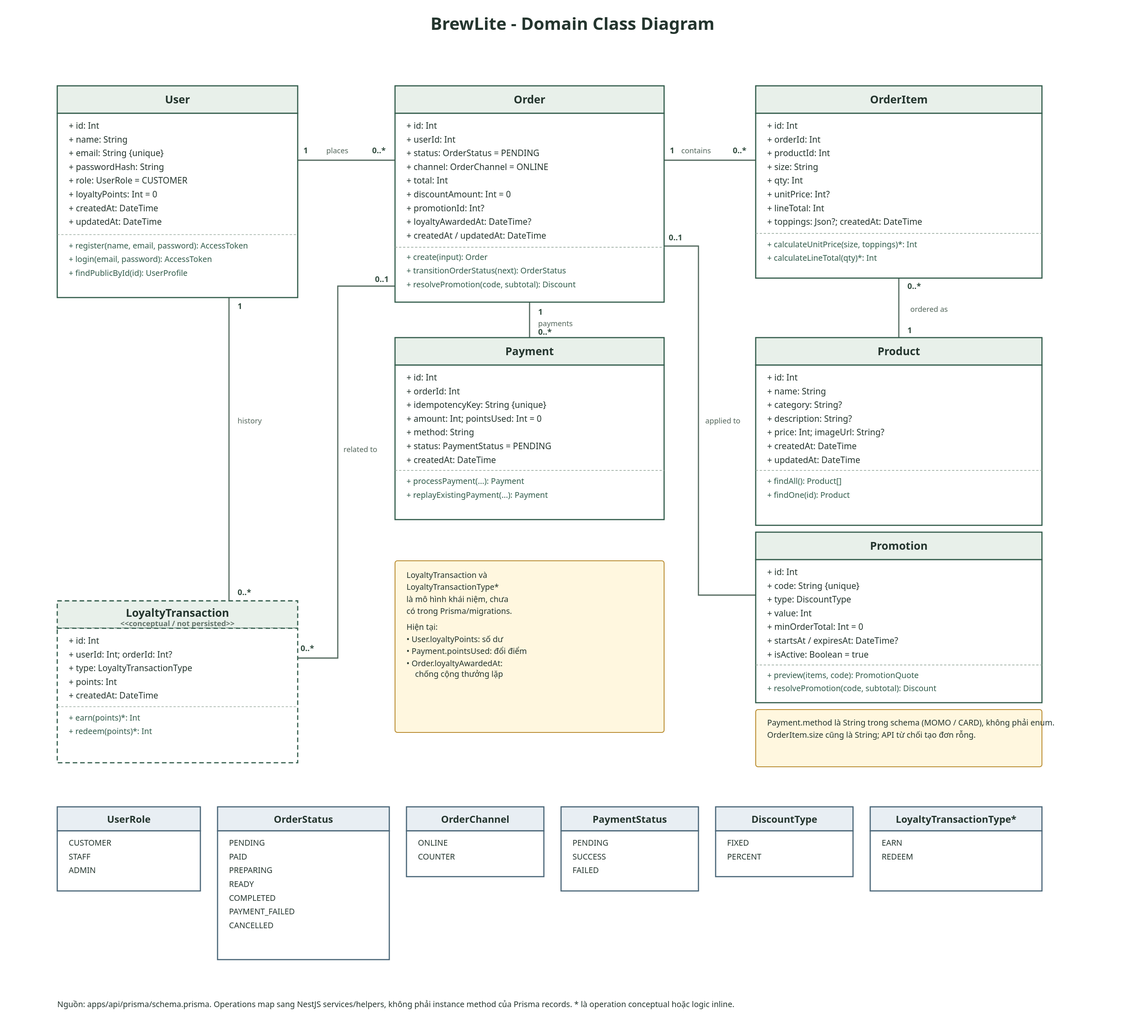
This is docs/diagrams/class-domain.svg from ncd426/BrewLite-2, a PlantUML export, as it was before one commit. Its source is kept beside it as docs/diagrams/class-domain.puml. Its diagram source:
```plantuml
@startuml BrewLite Domain Class Diagram
left to right direction
skinparam shadowing false
skinparam classAttributeIconSize 0
skinparam packageStyle rectangle
skinparam class {
  BackgroundColor #F4F7F5
  BorderColor #315B4A
  ArrowColor #52685D
}
skinparam note {
  BackgroundColor #FFF7DF
  BorderColor #B7892C
}
title BrewLite - Domain Class Diagram

class User {
  +id: Int
  +name: String
  +email: String <<unique>>
  +passwordHash: String
  +role: UserRole = CUSTOMER
  +loyaltyPoints: Int = 0
  +createdAt: DateTime
  +updatedAt: DateTime
  --
  + register(name, email, password): AccessToken
  + login(email, password): AccessToken
  + findPublicById(id): UserProfile
}

class Product {
  +id: Int
  +name: String
  +category: String?
  +description: String?
  +price: Int
  +imageUrl: String?
  +createdAt: DateTime
  +updatedAt: DateTime
  --
  + findAll(): Product[]
  + findOne(id): Product
}

class Order {
  +id: Int
  +userId: Int
  +status: OrderStatus = PENDING
  +channel: OrderChannel = ONLINE
  +total: Int
  +discountAmount: Int = 0
  +promotionId: Int?
  +loyaltyAwardedAt: DateTime?
  +createdAt: DateTime
  +updatedAt: DateTime
  --
  + create(input): Order
  + transitionOrderStatus(next): OrderStatus
  + resolvePromotion(code, subtotal): Discount
}

class OrderItem {
  +id: Int
  +orderId: Int
  +productId: Int
  +size: String
  +qty: Int
  +unitPrice: Int?
  +lineTotal: Int
  +toppings: Json?
  +createdAt: DateTime
  --
  + calculateUnitPrice(size, toppings)*: Int
  + calculateLineTotal(qty)*: Int
}

class Payment {
  +id: Int
  +orderId: Int
  +idempotencyKey: String <<unique>>
  +amount: Int
  +pointsUsed: Int = 0
  +method: String
  +status: PaymentStatus = PENDING
  +createdAt: DateTime
  --
  + processPayment(...): Payment
  + replayExistingPayment(...): Payment
}

class Promotion {
  +id: Int
  +code: String <<unique>>
  +type: DiscountType
  +value: Int
  +minOrderTotal: Int = 0
  +startsAt: DateTime?
  +expiresAt: DateTime?
  +isActive: Boolean = true
  +createdAt: DateTime
  --
  + preview(items, code): PromotionQuote
  + resolvePromotion(code, subtotal): Discount
}

class LoyaltyTransaction <<conceptual / not persisted>> {
  +id: Int
  +userId: Int
  +orderId: Int?
  +type: LoyaltyTransactionType
  +points: Int
  +createdAt: DateTime
  --
  + earn(points)*: Int
  + redeem(points)*: Int
}

enum UserRole {
  CUSTOMER
  STAFF
  ADMIN
}

enum OrderStatus {
  PENDING
  PAID
  PREPARING
  READY
  COMPLETED
  PAYMENT_FAILED
  CANCELLED
}

enum OrderChannel {
  ONLINE
  COUNTER
}

enum PaymentStatus {
  PENDING
  SUCCESS
  FAILED
}

enum DiscountType {
  FIXED
  PERCENT
}

enum LoyaltyTransactionType <<conceptual>> {
  EARN
  REDEEM
}

User "1" -- "0..*" Order : places
Order "1" -- "0..*" OrderItem : contains
Product "1" -- "0..*" OrderItem : ordered as
Order "1" -- "0..*" Payment : payments
Promotion "0..1" -- "0..*" Order : applied to
User "1" -- "0..*" LoyaltyTransaction : history
Order "0..1" -- "0..*" LoyaltyTransaction : related to

note right of LoyaltyTransaction
Conceptual ledger class required by the domain task.
Not present in the current Prisma schema or migrations.
Current points are stored on User.loyaltyPoints;
redemption is recorded on Payment.pointsUsed;
award idempotency uses Order.loyaltyAwardedAt.
end note

note bottom
Operation compartments map to NestJS services/helpers, not methods on Prisma record objects.
* marks conceptual or inline behavior without a named implementation method.
end note

note bottom of OrderItem
Order creation rejects an empty item list;
0..* reflects the relational schema multiplicity.
end note

note bottom of Payment
Payment.method is String in Prisma (currently MOMO / CARD),
not a persisted enum.
end note
@enduml
```
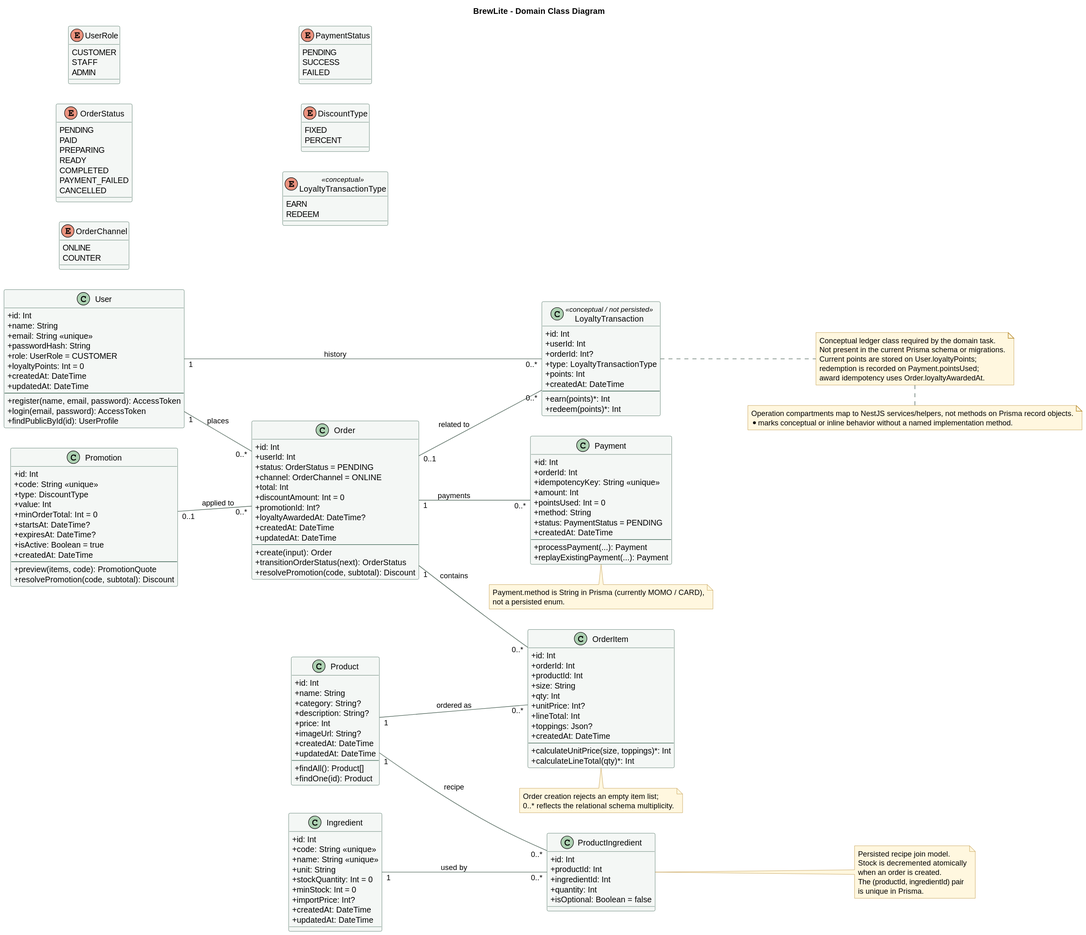
Later version of the same file.

Commit message:
docs: finalize activity, class, sequence diagrams

Change to the diagram source:
```diff
@@ -1,4 +1,4 @@
-@startuml BrewLite Domain Class Diagram
+@startuml class-domain
 left to right direction
 skinparam shadowing false
 skinparam classAttributeIconSize 0
@@ -41,6 +41,26 @@
   --
   + findAll(): Product[]
   + findOne(id): Product
+}
+
+class Ingredient {
+  +id: Int
+  +code: String <<unique>>
+  +name: String <<unique>>
+  +unit: String
+  +stockQuantity: Int = 0
+  +minStock: Int = 0
+  +importPrice: Int?
+  +createdAt: DateTime
+  +updatedAt: DateTime
+}
+
+class ProductIngredient {
+  +id: Int
+  +productId: Int
+  +ingredientId: Int
+  +quantity: Int
+  +isOptional: Boolean = false
 }
 
 class Order {
@@ -156,10 +176,20 @@
 User "1" -- "0..*" Order : places
 Order "1" -- "0..*" OrderItem : contains
 Product "1" -- "0..*" OrderItem : ordered as
+Product "1" -- "0..*" ProductIngredient : recipe
+Ingredient "1" -- "0..*" ProductIngredient : used by
 Order "1" -- "0..*" Payment : payments
 Promotion "0..1" -- "0..*" Order : applied to
 User "1" -- "0..*" LoyaltyTransaction : history
 Order "0..1" -- "0..*" LoyaltyTransaction : related to
+
+note right of ProductIngredient
+Persisted recipe join model.
+Stock is decremented atomically
+when an order is created.
+The (productId, ingredientId) pair
+is unique in Prisma.
+end note
 
 note right of LoyaltyTransaction
 Conceptual ledger class required by the domain task.
```
